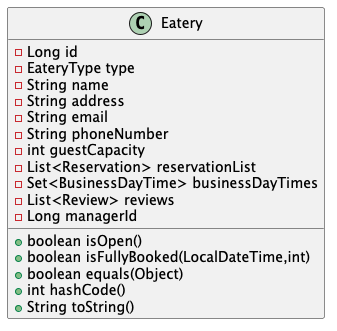
Earlier version of the PlantUML export diagram/eatery.png (kyklospi/eatery).
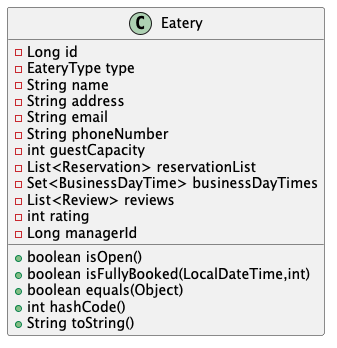
Above is the later version.

Commit message:
add rating to eatery

What changed in the source:
```diff
@@ -10,6 +10,7 @@
 - List<Reservation> reservationList
 - Set<BusinessDayTime> businessDayTimes
 - List<Review> reviews
+- int rating
 - Long managerId
 + boolean isOpen()
 + boolean isFullyBooked(LocalDateTime,int)
```
